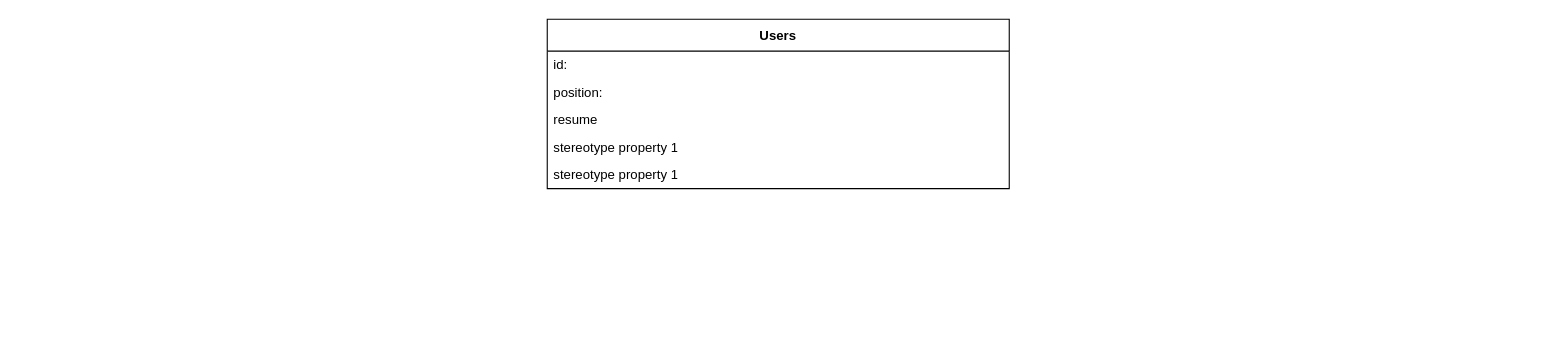
The draw.io diagram class.drawio in SuillyCoder/estuary-insights, before the edit. Source tidied: cells renumbered, new cells numbered last; positions are measured from the earlier drawing's top-left corner, leaving out a move shared by most shapes. Both pictures are drawn from the tidied source at 110%, with x=0, y=0 at pixel (547, 19).
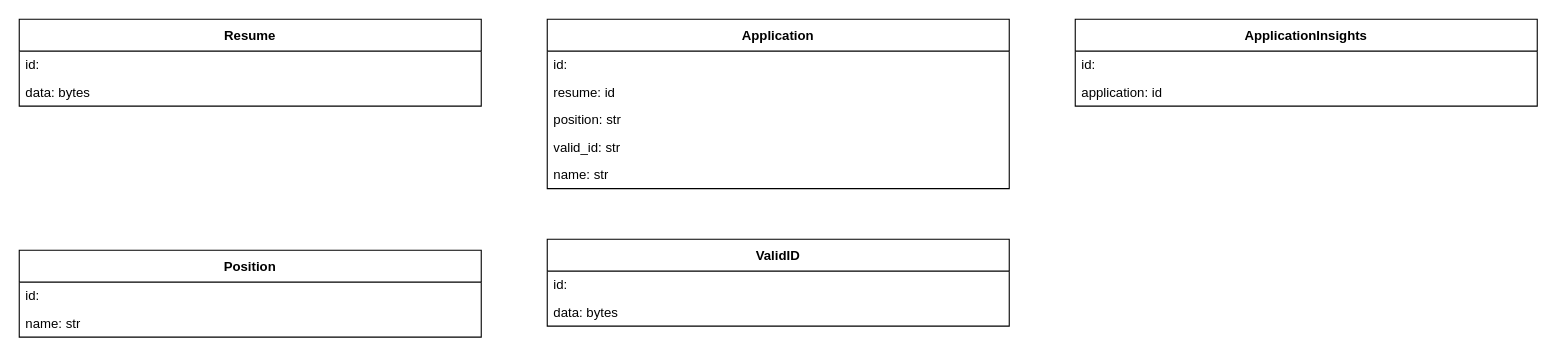
Above is the later version.

Diff of the diagram source:
```diff
@@
 <mxGraphModel>
   <root>
     <mxCell id="0" />
     <mxCell id="1" parent="0" />
-    <mxCell id="2" value="Users" style="swimlane;fontStyle=1;align=center;verticalAlign=middle;horizontal=1;startSize=29;html=1;whiteSpace=wrap;" parent="1" vertex="1">
+    <mxCell id="2" value="Application" style="swimlane;fontStyle=1;align=center;verticalAlign=middle;horizontal=1;startSize=29;html=1;whiteSpace=wrap;" parent="1" vertex="1">
       <mxGeometry width="420" height="154" as="geometry" />
     </mxCell>
     <mxCell id="3" value="id:&amp;nbsp;" style="text;html=1;strokeColor=none;fillColor=none;align=left;verticalAlign=middle;spacingLeft=4;spacingRight=4;overflow=hidden;whiteSpace=wrap;" parent="2" vertex="1">
       <mxGeometry y="29" width="420" height="25" as="geometry" />
     </mxCell>
+    <mxCell id="5" value="resume: id" style="text;html=1;strokeColor=none;fillColor=none;align=left;verticalAlign=middle;spacingLeft=4;spacingRight=4;overflow=hidden;whiteSpace=wrap;" parent="2" vertex="1">
+      <mxGeometry y="54" width="420" height="25" as="geometry" />
+    </mxCell>
-    <mxCell id="4" value="position:&amp;nbsp;" style="text;html=1;strokeColor=none;fillColor=none;align=left;verticalAlign=middle;spacingLeft=4;spacingRight=4;overflow=hidden;whiteSpace=wrap;" parent="2" vertex="1">
-      <mxGeometry y="54" width="420" height="25" as="geometry" />
+    <mxCell id="4" value="position: str&amp;nbsp;" style="text;html=1;strokeColor=none;fillColor=none;align=left;verticalAlign=middle;spacingLeft=4;spacingRight=4;overflow=hidden;whiteSpace=wrap;" parent="2" vertex="1">
+      <mxGeometry y="79" width="420" height="25" as="geometry" />
     </mxCell>
-    <mxCell id="5" value="resume" style="text;html=1;strokeColor=none;fillColor=none;align=left;verticalAlign=middle;spacingLeft=4;spacingRight=4;overflow=hidden;whiteSpace=wrap;" parent="2" vertex="1">
-      <mxGeometry y="79" width="420" height="25" as="geometry" />
-    </mxCell>
-    <mxCell id="6" value="stereotype property 1" style="text;html=1;strokeColor=none;fillColor=none;align=left;verticalAlign=middle;spacingLeft=4;spacingRight=4;overflow=hidden;whiteSpace=wrap;" parent="2" vertex="1">
+    <mxCell id="6" value="valid_id: str" style="text;html=1;strokeColor=none;fillColor=none;align=left;verticalAlign=middle;spacingLeft=4;spacingRight=4;overflow=hidden;whiteSpace=wrap;" parent="2" vertex="1">
       <mxGeometry y="104" width="420" height="25" as="geometry" />
     </mxCell>
-    <mxCell id="7" value="stereotype property 1" style="text;html=1;strokeColor=none;fillColor=none;align=left;verticalAlign=middle;spacingLeft=4;spacingRight=4;overflow=hidden;whiteSpace=wrap;" parent="2" vertex="1">
+    <mxCell id="7" value="name: str" style="text;html=1;strokeColor=none;fillColor=none;align=left;verticalAlign=middle;spacingLeft=4;spacingRight=4;overflow=hidden;whiteSpace=wrap;" parent="2" vertex="1">
       <mxGeometry y="129" width="420" height="25" as="geometry" />
     </mxCell>
+    <mxCell id="8" value="Resume" style="swimlane;fontStyle=1;align=center;verticalAlign=middle;horizontal=1;startSize=29;html=1;whiteSpace=wrap;" parent="1" vertex="1">
+      <mxGeometry x="-480" width="420" height="79" as="geometry" />
+    </mxCell>
+    <mxCell id="9" value="id:&amp;nbsp;" style="text;html=1;strokeColor=none;fillColor=none;align=left;verticalAlign=middle;spacingLeft=4;spacingRight=4;overflow=hidden;whiteSpace=wrap;" parent="8" vertex="1">
+      <mxGeometry y="29" width="420" height="25" as="geometry" />
+    </mxCell>
+    <mxCell id="10" value="data: bytes" style="text;html=1;strokeColor=none;fillColor=none;align=left;verticalAlign=middle;spacingLeft=4;spacingRight=4;overflow=hidden;whiteSpace=wrap;" parent="8" vertex="1">
+      <mxGeometry y="54" width="420" height="25" as="geometry" />
+    </mxCell>
+    <mxCell id="11" value="Position" style="swimlane;fontStyle=1;align=center;verticalAlign=middle;horizontal=1;startSize=29;html=1;whiteSpace=wrap;" parent="1" vertex="1">
+      <mxGeometry x="-480" y="210" width="420" height="79" as="geometry" />
+    </mxCell>
+    <mxCell id="12" value="id:&amp;nbsp;" style="text;html=1;strokeColor=none;fillColor=none;align=left;verticalAlign=middle;spacingLeft=4;spacingRight=4;overflow=hidden;whiteSpace=wrap;" parent="11" vertex="1">
+      <mxGeometry y="29" width="420" height="25" as="geometry" />
+    </mxCell>
+    <mxCell id="13" value="name: str" style="text;html=1;strokeColor=none;fillColor=none;align=left;verticalAlign=middle;spacingLeft=4;spacingRight=4;overflow=hidden;whiteSpace=wrap;" parent="11" vertex="1">
+      <mxGeometry y="54" width="420" height="25" as="geometry" />
+    </mxCell>
+    <mxCell id="14" value="ValidID" style="swimlane;fontStyle=1;align=center;verticalAlign=middle;horizontal=1;startSize=29;html=1;whiteSpace=wrap;" parent="1" vertex="1">
+      <mxGeometry y="200" width="420" height="79" as="geometry" />
+    </mxCell>
+    <mxCell id="15" value="id:&amp;nbsp;" style="text;html=1;strokeColor=none;fillColor=none;align=left;verticalAlign=middle;spacingLeft=4;spacingRight=4;overflow=hidden;whiteSpace=wrap;" parent="14" vertex="1">
+      <mxGeometry y="29" width="420" height="25" as="geometry" />
+    </mxCell>
+    <mxCell id="16" value="data: bytes&amp;nbsp;" style="text;html=1;strokeColor=none;fillColor=none;align=left;verticalAlign=middle;spacingLeft=4;spacingRight=4;overflow=hidden;whiteSpace=wrap;" parent="14" vertex="1">
+      <mxGeometry y="54" width="420" height="25" as="geometry" />
+    </mxCell>
+    <mxCell id="17" value="ApplicationInsights" style="swimlane;fontStyle=1;align=center;verticalAlign=middle;horizontal=1;startSize=29;html=1;whiteSpace=wrap;" parent="1" vertex="1">
+      <mxGeometry x="480" width="420" height="79" as="geometry" />
+    </mxCell>
+    <mxCell id="18" value="id:&amp;nbsp;" style="text;html=1;strokeColor=none;fillColor=none;align=left;verticalAlign=middle;spacingLeft=4;spacingRight=4;overflow=hidden;whiteSpace=wrap;" parent="17" vertex="1">
+      <mxGeometry y="29" width="420" height="25" as="geometry" />
+    </mxCell>
+    <mxCell id="19" value="application: id" style="text;html=1;strokeColor=none;fillColor=none;align=left;verticalAlign=middle;spacingLeft=4;spacingRight=4;overflow=hidden;whiteSpace=wrap;" parent="17" vertex="1">
+      <mxGeometry y="54" width="420" height="25" as="geometry" />
+    </mxCell>
   </root>
 </mxGraphModel>
```
